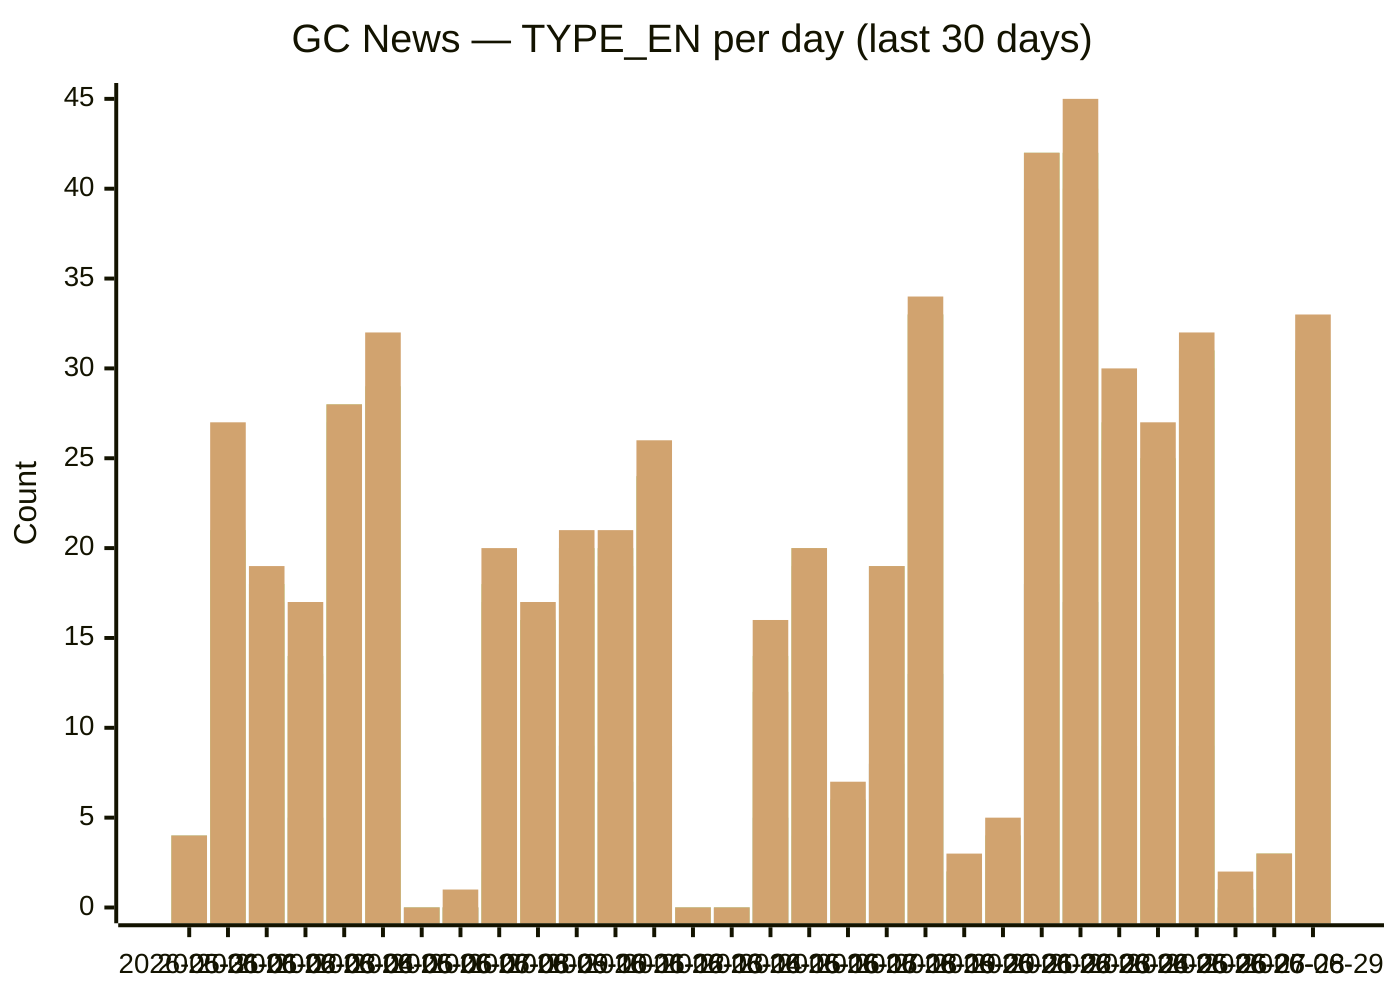
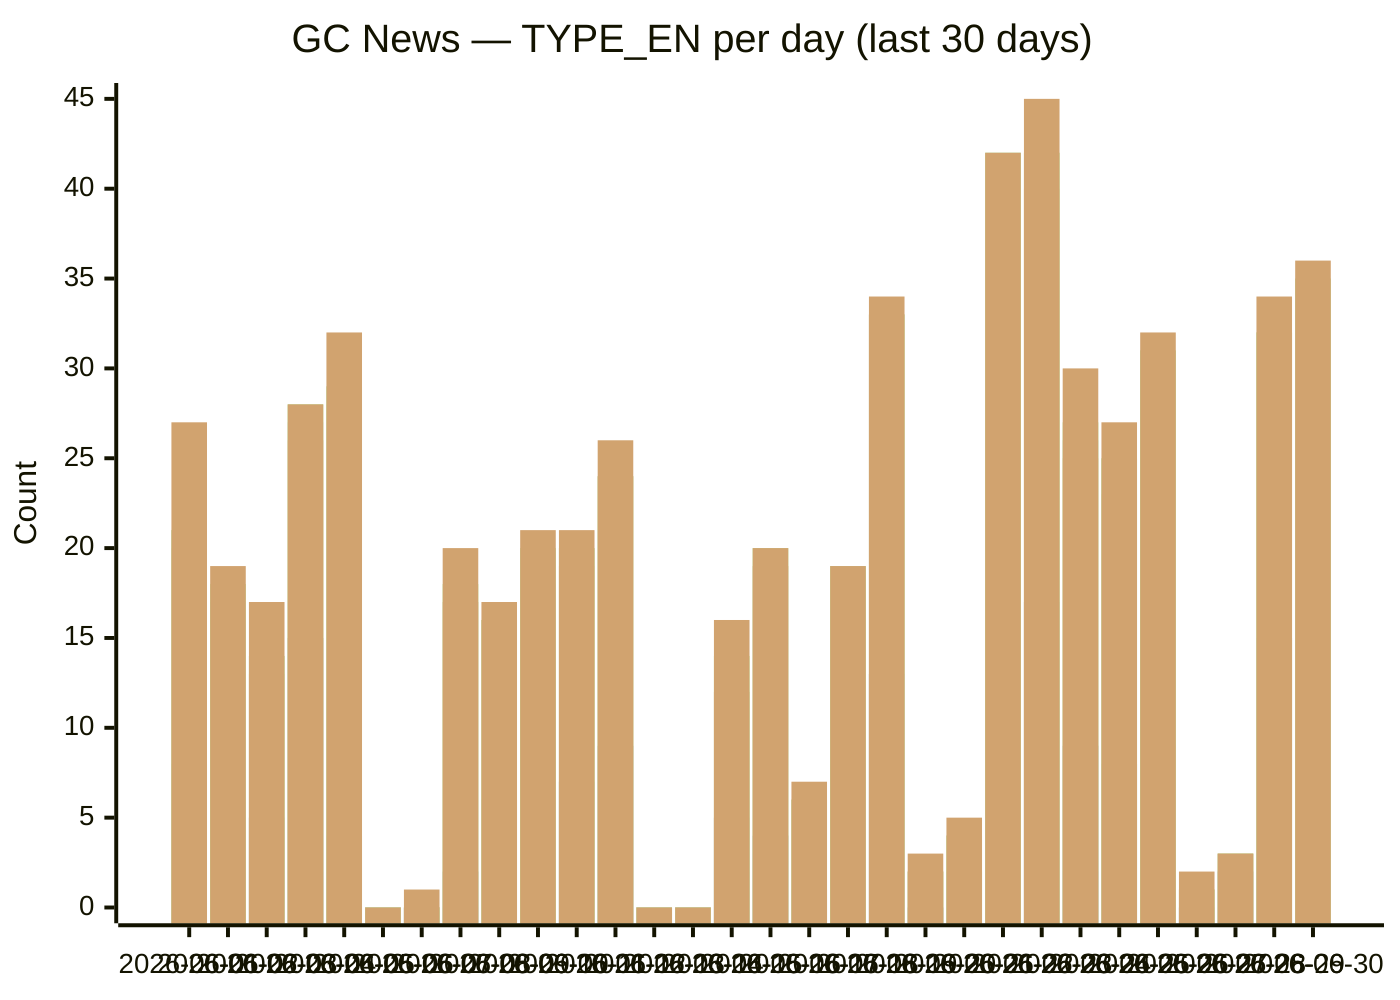
xychart-beta
  title "GC News — TYPE_EN per day (last 30 days)"
-   x-axis [2026-05-31, 2026-06-01, 2026-06-02, 2026-06-03, 2026-06-04, 2026-06-05, 2026-06-06, 2026-06-07, 2026-06-08, 2026-06-09, 2026-06-10, 2026-06-11, 2026-06-12, 2026-06-13, 2026-06-14, 2026-06-15, 2026-06-16, 2026-06-17, 2026-06-18, 2026-06-19, 2026-06-20, 2026-06-21, 2026-06-22, 2026-06-23, 2026-06-24, 2026-06-25, 2026-06-26, 2026-06-27, 2026-06-28, 2026-06-29]
+   x-axis [2026-06-01, 2026-06-02, 2026-06-03, 2026-06-04, 2026-06-05, 2026-06-06, 2026-06-07, 2026-06-08, 2026-06-09, 2026-06-10, 2026-06-11, 2026-06-12, 2026-06-13, 2026-06-14, 2026-06-15, 2026-06-16, 2026-06-17, 2026-06-18, 2026-06-19, 2026-06-20, 2026-06-21, 2026-06-22, 2026-06-23, 2026-06-24, 2026-06-25, 2026-06-26, 2026-06-27, 2026-06-28, 2026-06-29, 2026-06-30]
  y-axis "Count" 0 --> 45
-   bar backgrounders [0, 5, 2, 2, 2, 0, 0, 0, 0, 3, 2, 0, 3, 0, 0, 2, 3, 1, 2, 2, 0, 0, 3, 6, 2, 2, 3, 0, 0, 3]
-   bar "media advisories" [4, 8, 6, 5, 15, 4, 0, 0, 2, 6, 9, 7, 9, 0, 0, 5, 4, 1, 8, 13, 0, 2, 18, 17, 9, 8, 9, 0, 2, 14]
-   bar "news releases" [4, 20, 16, 13, 26, 28, 0, 0, 17, 16, 18, 19, 24, 0, 0, 12, 19, 6, 19, 33, 2, 4, 40, 40, 25, 23, 30, 1, 3, 31]
-   bar readouts [4, 21, 17, 14, 27, 29, 0, 0, 17, 16, 20, 20, 24, 0, 0, 12, 19, 6, 19, 33, 2, 4, 42, 42, 26, 25, 31, 1, 3, 31]
-   bar speeches [4, 21, 18, 14, 28, 29, 0, 0, 18, 16, 20, 20, 24, 0, 0, 14, 20, 6, 19, 33, 2, 4, 42, 42, 27, 25, 31, 1, 3, 31]
-   bar statements [4, 27, 19, 17, 28, 32, 0, 1, 20, 17, 21, 21, 26, 0, 0, 16, 20, 7, 19, 34, 3, 5, 42, 45, 30, 27, 32, 2, 3, 33]
+   bar backgrounders [5, 2, 2, 2, 0, 0, 0, 0, 3, 2, 0, 3, 0, 0, 2, 3, 1, 2, 2, 0, 0, 3, 6, 2, 2, 3, 0, 0, 3, 3]
+   bar "media advisories" [8, 6, 5, 15, 4, 0, 0, 2, 6, 9, 7, 9, 0, 0, 5, 4, 1, 8, 13, 0, 2, 18, 17, 9, 8, 9, 0, 2, 15, 11]
+   bar "news releases" [20, 16, 13, 26, 28, 0, 0, 17, 16, 18, 19, 24, 0, 0, 12, 19, 6, 19, 33, 2, 4, 40, 40, 25, 23, 30, 1, 3, 32, 33]
+   bar readouts [21, 17, 14, 27, 29, 0, 0, 17, 16, 20, 20, 24, 0, 0, 12, 19, 6, 19, 33, 2, 4, 42, 42, 26, 25, 31, 1, 3, 32, 35]
+   bar speeches [21, 18, 14, 28, 29, 0, 0, 18, 16, 20, 20, 24, 0, 0, 14, 20, 6, 19, 33, 2, 4, 42, 42, 27, 25, 31, 1, 3, 32, 35]
+   bar statements [27, 19, 17, 28, 32, 0, 1, 20, 17, 21, 21, 26, 0, 0, 16, 20, 7, 19, 34, 3, 5, 42, 45, 30, 27, 32, 2, 3, 34, 36]
